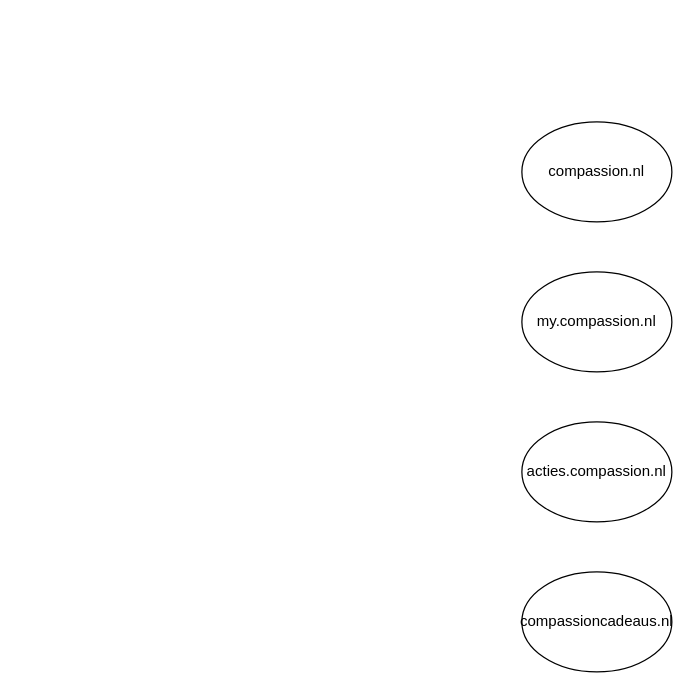
Above: Compassion - Webanalytics data.drawio in pmd2016/draw.io (draw.io), before the change. Source tidied: cells renumbered, new cells numbered last; positions are measured from the earlier drawing's top-left corner, leaving out a move shared by most shapes. Both pictures are drawn from the tidied source at 125%, with x=0, y=0 at pixel (521, 121).
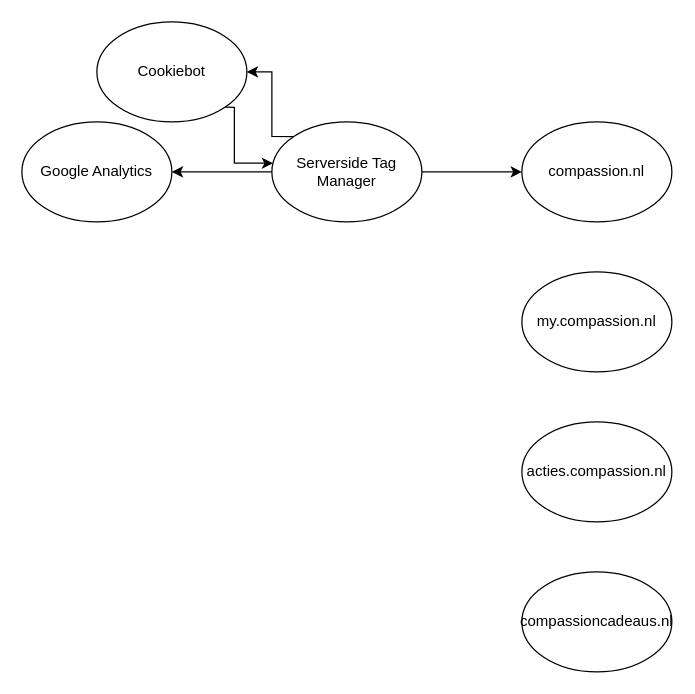
The same diagram, later.

Diff of the diagram source:
```diff
@@
 <mxGraphModel>
   <root>
     <mxCell id="0" />
     <mxCell id="1" parent="0" />
     <mxCell id="2" value="compassion.nl" style="ellipse;whiteSpace=wrap;html=1;" parent="1" vertex="1">
       <mxGeometry width="120" height="80" as="geometry" />
     </mxCell>
     <mxCell id="3" value="my.compassion.nl" style="ellipse;whiteSpace=wrap;html=1;" parent="1" vertex="1">
       <mxGeometry y="120" width="120" height="80" as="geometry" />
     </mxCell>
     <mxCell id="4" value="acties.compassion.nl" style="ellipse;whiteSpace=wrap;html=1;" parent="1" vertex="1">
       <mxGeometry y="240" width="120" height="80" as="geometry" />
     </mxCell>
     <mxCell id="5" value="compassioncadeaus.nl" style="ellipse;whiteSpace=wrap;html=1;" parent="1" vertex="1">
       <mxGeometry y="360" width="120" height="80" as="geometry" />
     </mxCell>
+    <mxCell id="6" style="edgeStyle=orthogonalEdgeStyle;rounded=0;jettySize=auto;html=1;" parent="1" edge="1" source="9" target="10">
+      <mxGeometry relative="1" as="geometry" />
+    </mxCell>
+    <mxCell id="7" style="edgeStyle=orthogonalEdgeStyle;rounded=0;jettySize=auto;html=1;exitX=0;exitY=0;exitDx=0;exitDy=0;entryX=1;entryY=0.5;entryDx=0;entryDy=0;" parent="1" edge="1" source="9" target="12">
+      <mxGeometry relative="1" as="geometry">
+        <Array as="points">
+          <mxPoint x="-200" y="12" />
+          <mxPoint x="-200" y="-40" />
+        </Array>
+      </mxGeometry>
+    </mxCell>
+    <mxCell id="8" style="edgeStyle=orthogonalEdgeStyle;rounded=0;jettySize=auto;html=1;" parent="1" edge="1" source="9" target="2">
+      <mxGeometry relative="1" as="geometry" />
+    </mxCell>
+    <mxCell id="9" value="Serverside Tag Manager" style="ellipse;whiteSpace=wrap;html=1;" parent="1" vertex="1">
+      <mxGeometry x="-200" width="120" height="80" as="geometry" />
+    </mxCell>
+    <mxCell id="10" value="Google Analytics" style="ellipse;whiteSpace=wrap;html=1;" parent="1" vertex="1">
+      <mxGeometry x="-400" width="120" height="80" as="geometry" />
+    </mxCell>
+    <mxCell id="11" style="edgeStyle=orthogonalEdgeStyle;rounded=0;jettySize=auto;html=1;exitX=1;exitY=1;exitDx=0;exitDy=0;entryX=0.008;entryY=0.413;entryDx=0;entryDy=0;entryPerimeter=0;" parent="1" edge="1" source="12" target="9">
+      <mxGeometry relative="1" as="geometry">
+        <Array as="points">
+          <mxPoint x="-230" y="-12" />
+          <mxPoint x="-230" y="33" />
+        </Array>
+      </mxGeometry>
+    </mxCell>
+    <mxCell id="12" value="Cookiebot" style="ellipse;whiteSpace=wrap;html=1;" parent="1" vertex="1">
+      <mxGeometry x="-340" y="-80" width="120" height="80" as="geometry" />
+    </mxCell>
   </root>
 </mxGraphModel>
```
